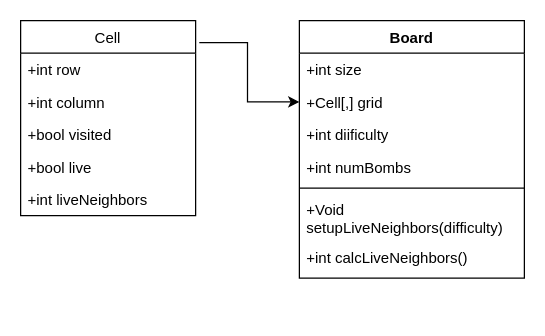
Before: Milestone/3/UML.drawio in arsonull/C-2, a draw.io diagram. Source tidied: cells renumbered, new cells numbered last; positions are measured from the earlier drawing's top-left corner, leaving out a move shared by most shapes. Both pictures are drawn from the tidied source at 125%, with x=0, y=0 at pixel (20, 20).
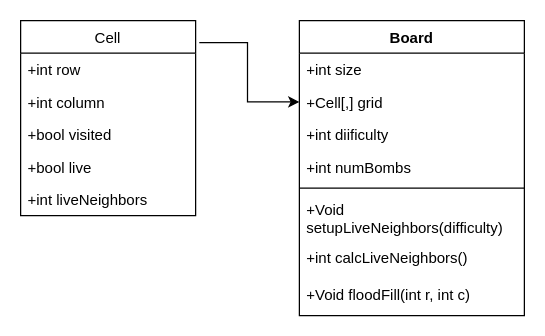
After the change.

Commit message (it also covers changes not shown here):
Flowchart UML misc

Diff of the diagram source:
```diff
@@
 <mxGraphModel>
   <root>
     <mxCell id="0" />
     <mxCell id="1" parent="0" />
     <mxCell id="2" style="edgeStyle=orthogonalEdgeStyle;rounded=0;jettySize=auto;html=1;exitX=1.021;exitY=-0.327;exitDx=0;exitDy=0;entryX=0;entryY=0.5;entryDx=0;entryDy=0;exitPerimeter=0;" parent="1" edge="1" source="4" target="11">
       <mxGeometry relative="1" as="geometry" />
     </mxCell>
     <mxCell id="3" value="Cell" style="swimlane;fontStyle=0;horizontal=1;startSize=26;fillColor=none;" parent="1" vertex="1">
       <mxGeometry width="140" height="156" as="geometry" />
     </mxCell>
     <mxCell id="4" value="+int row" style="text;strokeColor=none;fillColor=none;align=left;verticalAlign=top;spacingLeft=4;spacingRight=4;overflow=hidden;points=[[0,0.5],[1,0.5]];portConstraint=eastwest;" parent="3" vertex="1">
       <mxGeometry y="26" width="140" height="26" as="geometry" />
     </mxCell>
     <mxCell id="5" value="+int column" style="text;strokeColor=none;fillColor=none;align=left;verticalAlign=top;spacingLeft=4;spacingRight=4;overflow=hidden;" parent="3" vertex="1">
       <mxGeometry y="52" width="140" height="26" as="geometry" />
     </mxCell>
     <mxCell id="6" value="+bool visited" style="text;strokeColor=none;fillColor=none;align=left;verticalAlign=top;spacingLeft=4;spacingRight=4;overflow=hidden;" parent="3" vertex="1">
       <mxGeometry y="78" width="140" height="26" as="geometry" />
     </mxCell>
     <mxCell id="7" value="+bool live" style="text;strokeColor=none;fillColor=none;align=left;verticalAlign=top;spacingLeft=4;spacingRight=4;overflow=hidden;" parent="3" vertex="1">
       <mxGeometry y="104" width="140" height="26" as="geometry" />
     </mxCell>
     <mxCell id="8" value="+int liveNeighbors" style="text;strokeColor=none;fillColor=none;align=left;verticalAlign=top;spacingLeft=4;spacingRight=4;overflow=hidden;" parent="3" vertex="1">
       <mxGeometry y="130" width="140" height="26" as="geometry" />
     </mxCell>
     <mxCell id="9" value="Board" style="swimlane;fontStyle=1;align=center;verticalAlign=top;horizontal=1;startSize=26;" parent="1" vertex="1">
-      <mxGeometry x="223" width="180" height="206" as="geometry" />
+      <mxGeometry x="223" width="180" height="236" as="geometry" />
     </mxCell>
     <mxCell id="10" value="+int size" style="text;strokeColor=none;fillColor=none;align=left;verticalAlign=top;spacingLeft=4;spacingRight=4;overflow=hidden;" parent="9" vertex="1">
       <mxGeometry y="26" width="180" height="26" as="geometry" />
     </mxCell>
     <mxCell id="11" value="+Cell[,] grid" style="text;strokeColor=none;fillColor=none;align=left;verticalAlign=top;spacingLeft=4;spacingRight=4;overflow=hidden;points=[[0,0.5],[1,0.5]];portConstraint=eastwest;" parent="9" vertex="1">
       <mxGeometry y="52" width="180" height="26" as="geometry" />
     </mxCell>
     <mxCell id="12" value="+int diificulty" style="text;strokeColor=none;fillColor=none;align=left;verticalAlign=top;spacingLeft=4;spacingRight=4;overflow=hidden;" parent="9" vertex="1">
       <mxGeometry y="78" width="180" height="26" as="geometry" />
     </mxCell>
     <mxCell id="13" value="+int numBombs" style="text;strokeColor=none;fillColor=none;align=left;verticalAlign=top;spacingLeft=4;spacingRight=4;overflow=hidden;" parent="9" vertex="1">
       <mxGeometry y="104" width="180" height="26" as="geometry" />
     </mxCell>
     <mxCell id="14" style="line;strokeWidth=1;fillColor=none;align=left;verticalAlign=middle;spacingTop=-1;spacingLeft=3;spacingRight=3;labelPosition=right;" parent="9" vertex="1">
       <mxGeometry y="130" width="180" height="8" as="geometry" />
     </mxCell>
     <mxCell id="15" value="+Void &#10;setupLiveNeighbors(difficulty)" style="text;strokeColor=none;fillColor=none;align=left;verticalAlign=top;spacingLeft=4;spacingRight=4;overflow=hidden;" parent="9" vertex="1">
       <mxGeometry y="138" width="180" height="38" as="geometry" />
     </mxCell>
     <mxCell id="16" value="+int calcLiveNeighbors()" style="text;strokeColor=none;fillColor=none;align=left;verticalAlign=top;spacingLeft=4;spacingRight=4;overflow=hidden;" parent="9" vertex="1">
       <mxGeometry y="176" width="180" height="30" as="geometry" />
     </mxCell>
+    <mxCell id="17" value="+Void floodFill(int r, int c)" style="text;strokeColor=none;fillColor=none;align=left;verticalAlign=top;spacingLeft=4;spacingRight=4;overflow=hidden;" parent="9" vertex="1">
+      <mxGeometry y="206" width="180" height="30" as="geometry" />
+    </mxCell>
   </root>
 </mxGraphModel>
```
